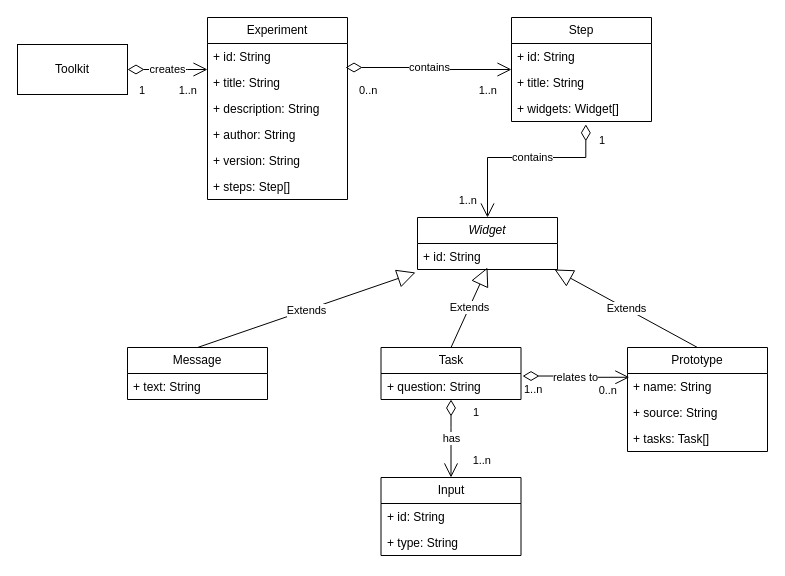
Above: resources/Model.drawio in aurioldegbelo/map-experiment-creation-toolkit (draw.io), before the change. Source tidied: cells renumbered, new cells numbered last; positions are measured from the earlier drawing's top-left corner, leaving out a move shared by most shapes. Both pictures are drawn from the tidied source at 100%, with x=0, y=0 at pixel (17, 17).
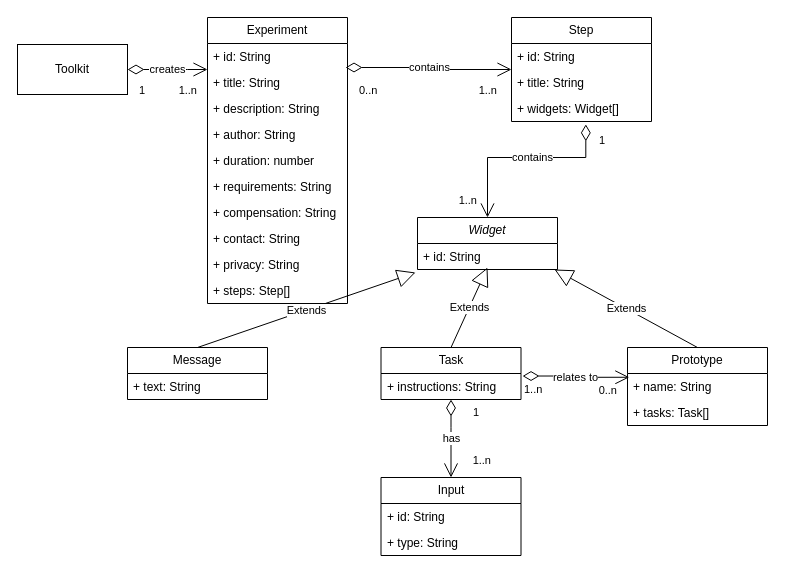
The same page after the edit.

Unchanged cells that the change refers to:
```xml
<mxCell id="20" value="Task" style="swimlane;fontStyle=0;horizontal=1;startSize=26;fillColor=none;whiteSpace=wrap;html=1;" parent="1" vertex="1">
  <mxGeometry x="363.5" y="330" width="140" height="52" as="geometry" />
</mxCell>
```

The edit, as a diff of the source:
```diff
@@
     <mxCell id="2" value="Experiment" style="swimlane;fontStyle=0;horizontal=1;startSize=26;fillColor=none;whiteSpace=wrap;html=1;" parent="1" vertex="1">
-      <mxGeometry x="190" width="140" height="182" as="geometry" />
+      <mxGeometry x="190" width="140" height="286" as="geometry" />
     </mxCell>
@@
-    <mxCell id="7" value="+ version: String" style="text;strokeColor=none;fillColor=none;align=left;verticalAlign=top;spacingLeft=4;spacingRight=4;overflow=hidden;whiteSpace=wrap;html=1;" parent="2" vertex="1">
-      <mxGeometry y="130" width="140" height="26" as="geometry" />
-    </mxCell>
+    <mxCell id="45" value="+ duration: number" style="text;strokeColor=none;fillColor=none;align=left;verticalAlign=top;spacingLeft=4;spacingRight=4;overflow=hidden;whiteSpace=wrap;html=1;" parent="2" vertex="1">
+      <mxGeometry y="130" width="140" height="26" as="geometry" />
+    </mxCell>
+    <mxCell id="46" value="+ requirements: String" style="text;strokeColor=none;fillColor=none;align=left;verticalAlign=top;spacingLeft=4;spacingRight=4;overflow=hidden;whiteSpace=wrap;html=1;" parent="2" vertex="1">
+      <mxGeometry y="156" width="140" height="26" as="geometry" />
+    </mxCell>
+    <mxCell id="47" value="+ compensation: String" style="text;strokeColor=none;fillColor=none;align=left;verticalAlign=top;spacingLeft=4;spacingRight=4;overflow=hidden;whiteSpace=wrap;html=1;" parent="2" vertex="1">
+      <mxGeometry y="182" width="140" height="26" as="geometry" />
+    </mxCell>
+    <mxCell id="48" value="+ contact: String" style="text;strokeColor=none;fillColor=none;align=left;verticalAlign=top;spacingLeft=4;spacingRight=4;overflow=hidden;whiteSpace=wrap;html=1;" parent="2" vertex="1">
+      <mxGeometry y="208" width="140" height="26" as="geometry" />
+    </mxCell>
+    <mxCell id="49" value="+ privacy: String" style="text;strokeColor=none;fillColor=none;align=left;verticalAlign=top;spacingLeft=4;spacingRight=4;overflow=hidden;whiteSpace=wrap;html=1;" parent="2" vertex="1">
+      <mxGeometry y="234" width="140" height="26" as="geometry" />
+    </mxCell>
     <mxCell id="8" value="+ steps: Step[]" style="text;strokeColor=none;fillColor=none;align=left;verticalAlign=top;spacingLeft=4;spacingRight=4;overflow=hidden;whiteSpace=wrap;html=1;" parent="2" vertex="1">
-      <mxGeometry y="156" width="140" height="26" as="geometry" />
+      <mxGeometry y="260" width="140" height="26" as="geometry" />
     </mxCell>
@@
-    <mxCell id="21" value="+ question: String" style="text;strokeColor=none;fillColor=none;align=left;verticalAlign=top;spacingLeft=4;spacingRight=4;overflow=hidden;points=[[0,0.5],[1,0.5]];portConstraint=eastwest;whiteSpace=wrap;html=1;" parent="20" vertex="1">
+    <mxCell id="21" value="+ instructions: String" style="text;strokeColor=none;fillColor=none;align=left;verticalAlign=top;spacingLeft=4;spacingRight=4;overflow=hidden;points=[[0,0.5],[1,0.5]];portConstraint=eastwest;whiteSpace=wrap;html=1;" parent="20" vertex="1">
       <mxGeometry y="26" width="140" height="26" as="geometry" />
     </mxCell>
@@
     <mxCell id="30" value="Prototype" style="swimlane;fontStyle=0;horizontal=1;startSize=26;fillColor=none;whiteSpace=wrap;html=1;" parent="1" vertex="1">
-      <mxGeometry x="610" y="330" width="140" height="104" as="geometry" />
+      <mxGeometry x="610" y="330" width="140" height="78" as="geometry" />
     </mxCell>
@@
-    <mxCell id="32" value="+ source: String" style="text;strokeColor=none;fillColor=none;align=left;verticalAlign=top;spacingLeft=4;spacingRight=4;overflow=hidden;whiteSpace=wrap;html=1;" parent="30" vertex="1">
-      <mxGeometry y="52" width="140" height="26" as="geometry" />
-    </mxCell>
     <mxCell id="33" value="+ tasks: Task[]" style="text;strokeColor=none;fillColor=none;align=left;verticalAlign=top;spacingLeft=4;spacingRight=4;overflow=hidden;whiteSpace=wrap;html=1;" parent="30" vertex="1">
-      <mxGeometry y="78" width="140" height="26" as="geometry" />
+      <mxGeometry y="52" width="140" height="26" as="geometry" />
     </mxCell>
```
